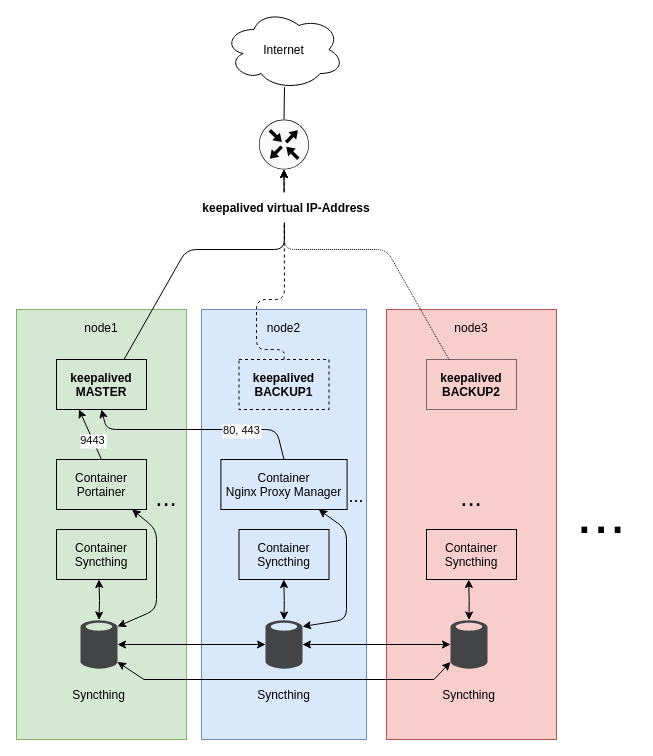
Above: pictures/topology.drawio in SuitDeer/SwarmPilot (draw.io), before the change. Source tidied: cells renumbered, new cells numbered last; positions are measured from the earlier drawing's top-left corner, leaving out a move shared by most shapes. Both pictures are drawn from the tidied source at 100%, with x=0, y=0 at pixel (16, 9).
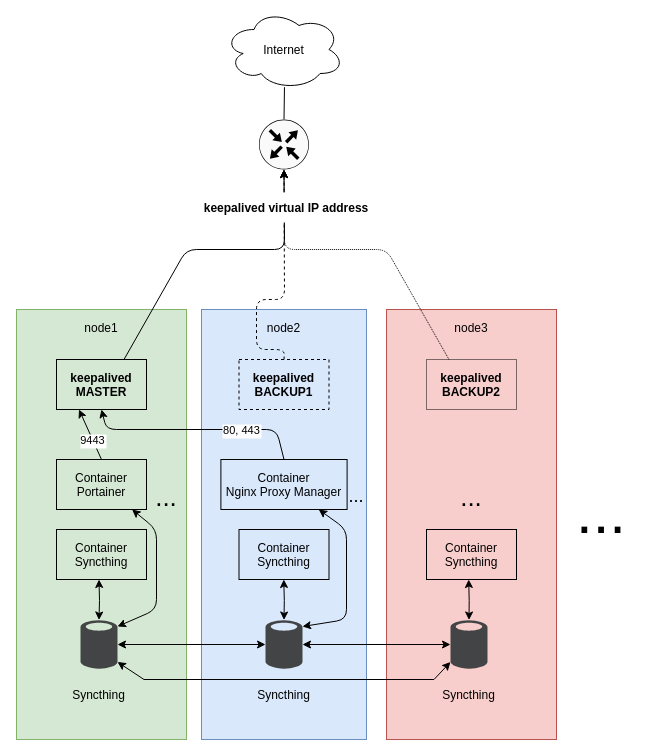
The same diagram, later.

The edit, as a diff of the source:
```diff
@@
-    <mxCell id="32" value="keepalived virtual IP-Address" style="text;align=center;verticalAlign=middle;strokeColor=none;fillColor=default;fontStyle=1;fontColor=#000000;" parent="1" vertex="1">
+    <mxCell id="32" value="keepalived virtual IP address" style="text;align=center;verticalAlign=middle;strokeColor=none;fillColor=default;fontStyle=1;fontColor=#000000;" parent="1" vertex="1">
       <mxGeometry x="180" y="183" width="180" height="30" as="geometry" />
     </mxCell>
```
